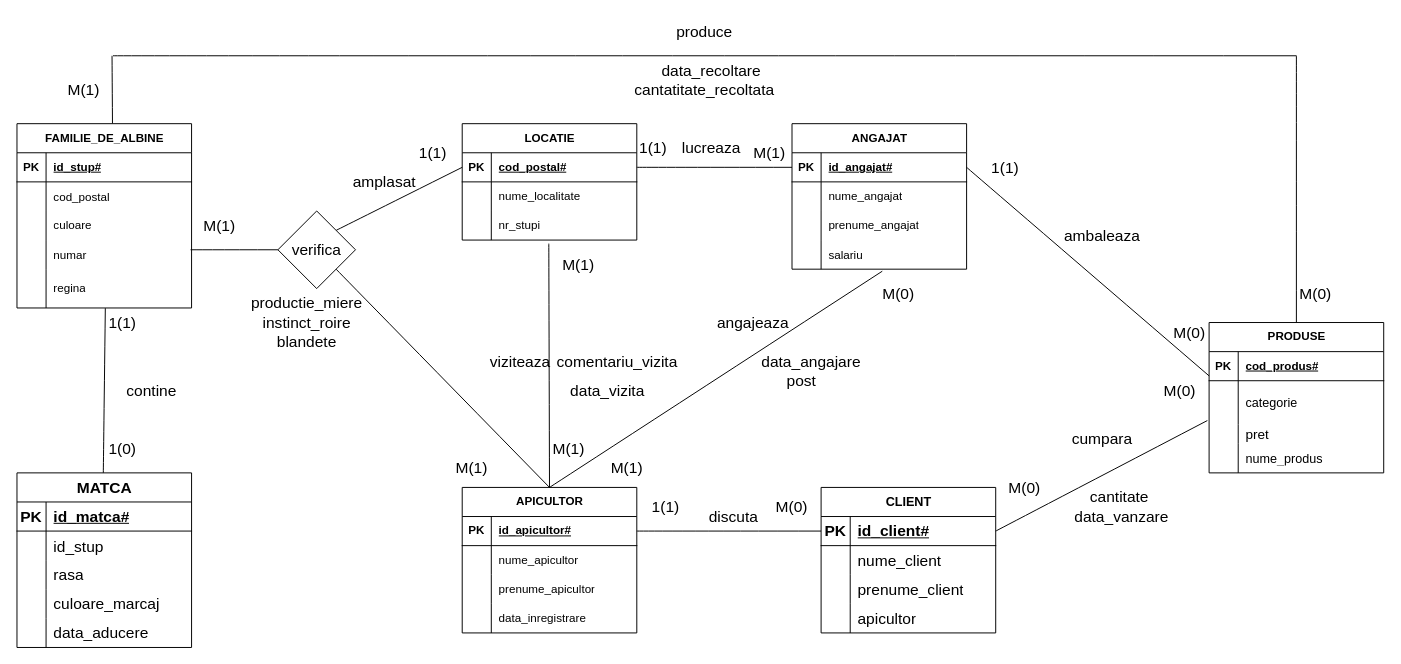
Earlier version of the draw.io diagram page "Page-1" (1 of 2) of Diagramă fără titlu.drawio (Matoka26/DataBase-Stupina). Source tidied: cells renumbered, new cells numbered last; positions are measured from the earlier drawing's top-left corner, leaving out a move shared by most shapes. Both pictures are drawn from the tidied source at 97%, with x=0, y=0 at pixel (16, 16).
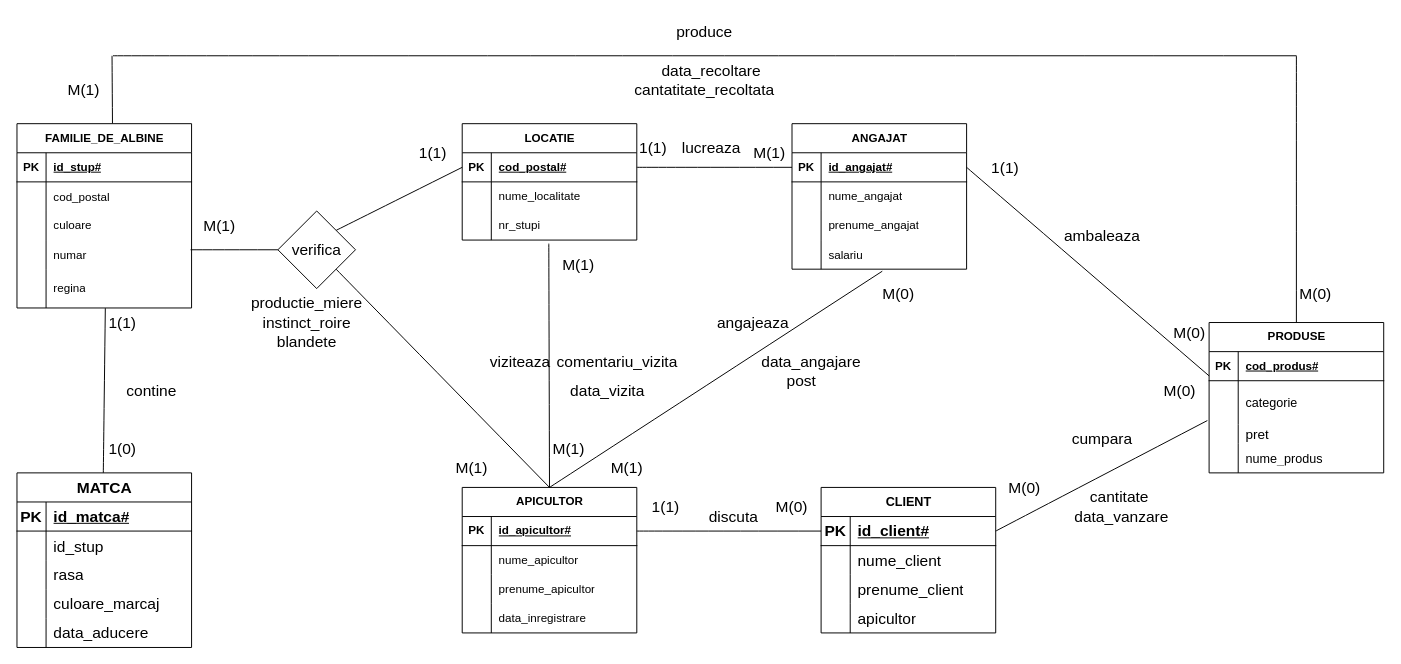
After the change.

The edit, as a diff of the source:
```diff
@@
-    <mxCell id="86" value="amplasat" style="text;html=1;strokeColor=none;fillColor=none;align=center;verticalAlign=middle;whiteSpace=wrap;rounded=0;fontSize=16;" parent="1" vertex="1">
-      <mxGeometry x="349" y="155" width="60" height="30" as="geometry" />
-    </mxCell>
```
